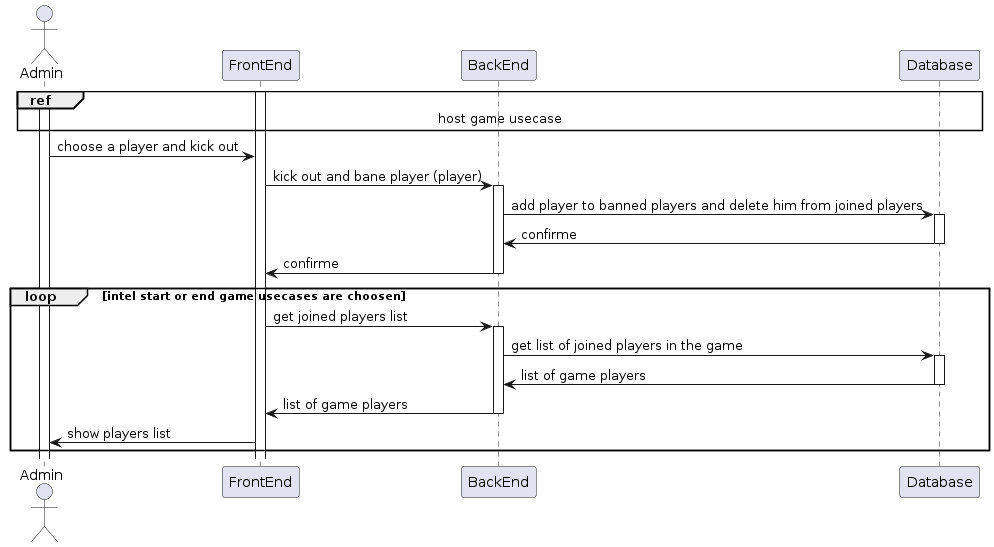
Before: thesis_tex/assets/diagrams/kick_player_out_detailedSD.png, a diagram exported from PlantUML (monoploy-game/thesis).
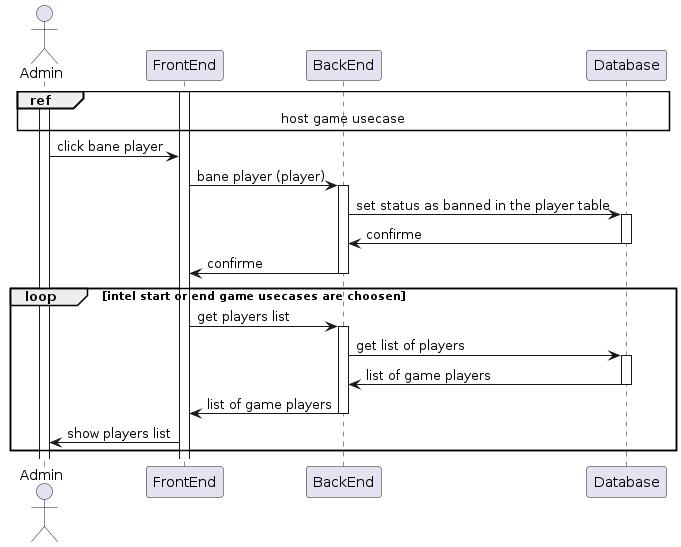
Above is the later version.

Diff of the diagram source:
```diff
@@ -7,11 +7,11 @@
 
 ref over Admin, FrontEnd, BackEnd, Database : host game usecase
 
-Admin ->  FrontEnd : choose a player and kick out
-FrontEnd -> BackEnd : kick out and bane player (player)
+Admin ->  FrontEnd : click bane player
+FrontEnd -> BackEnd : bane player (player)
 Activate BackEnd
 
-BackEnd -> Database : add player to banned players and delete him from joined players
+BackEnd -> Database : set status as banned in the player table
 Activate Database
 
 Database -> BackEnd : confirme
@@ -20,13 +20,12 @@
 BackEnd -> FrontEnd : confirme
 deactivate BackEnd
 
-
 loop intel start or end game usecases are choosen
 
-    FrontEnd -> BackEnd : get joined players list
+    FrontEnd -> BackEnd : get players list
     Activate BackEnd
 
-    BackEnd -> Database : get list of joined players in the game
+    BackEnd -> Database : get list of players
     Activate Database
 
     Database -> BackEnd : list of game players
```
